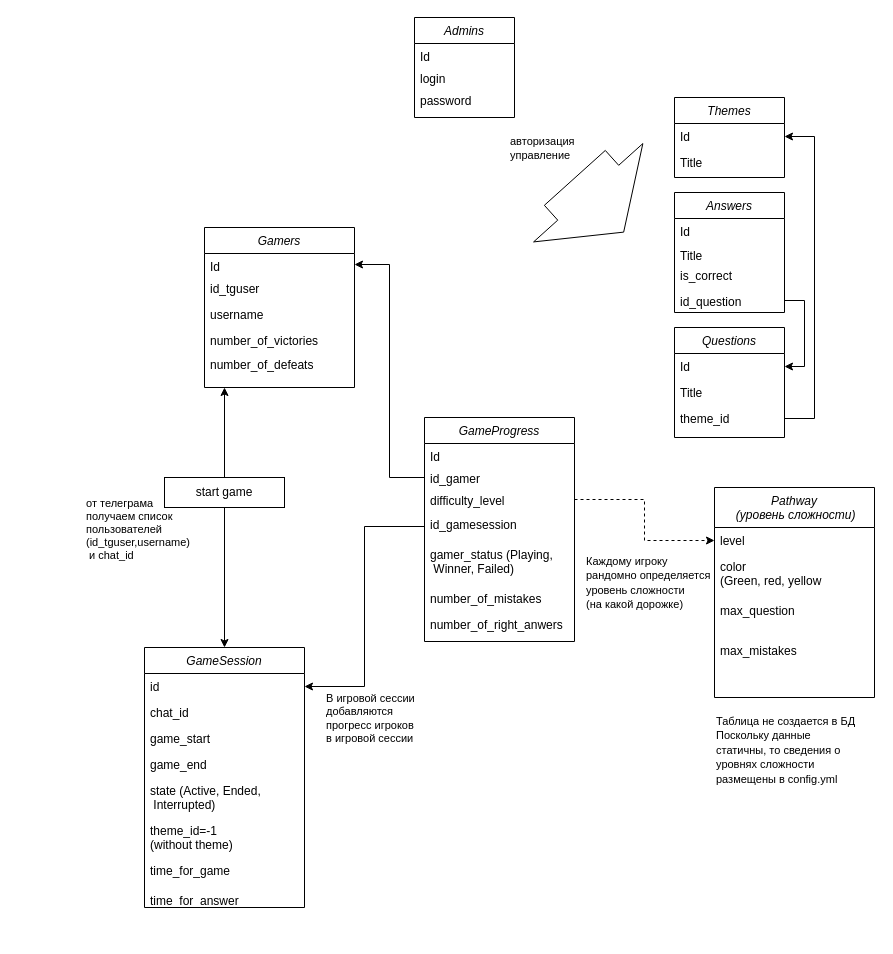
Above: drawio_schemas/instances_relationship.drawio in AlexeyZolotuhin/smarties_game_bot (draw.io), before the change. Source tidied: cells renumbered, new cells numbered last; positions are measured from the earlier drawing's top-left corner, leaving out a move shared by most shapes. Both pictures are drawn from the tidied source at 100%, with x=0, y=0 at pixel (144, 17).
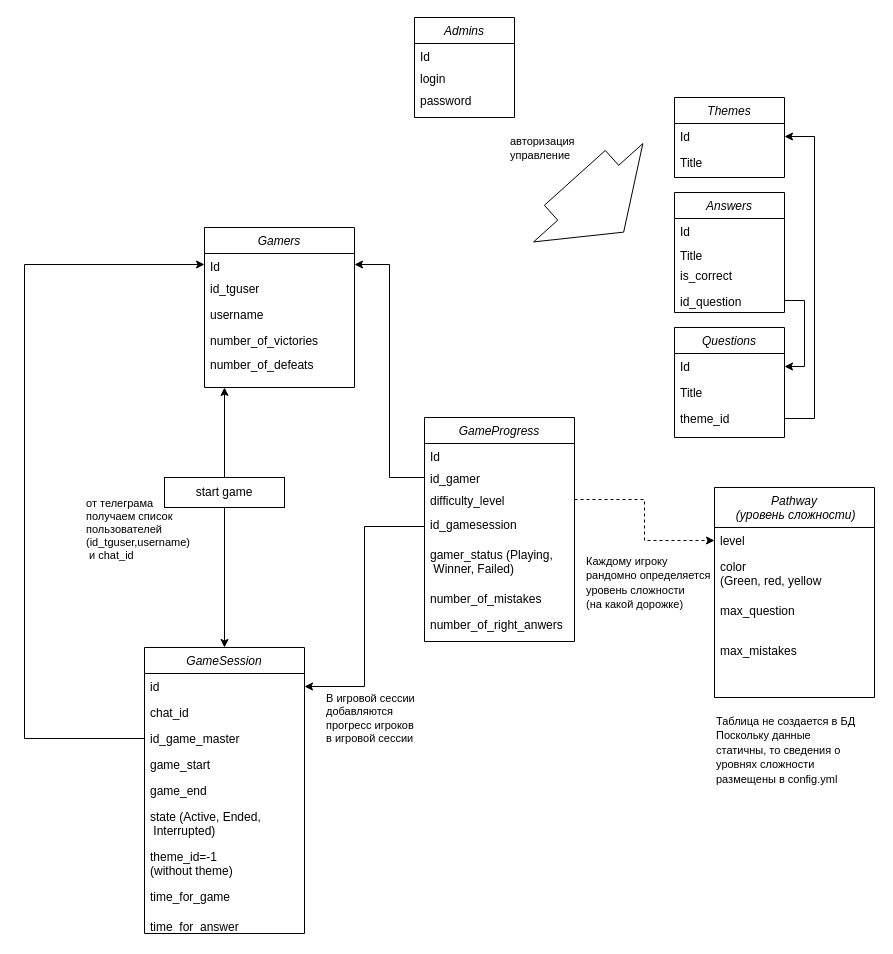
The same diagram, later.

Unchanged cells that the change refers to:
```xml
<mxCell id="53" value="Id" style="text;align=left;verticalAlign=top;spacingLeft=4;spacingRight=4;overflow=hidden;points=[[0,0.5],[1,0.5]];portConstraint=eastwest;" parent="52" vertex="1">
  <mxGeometry y="26" width="150" height="22" as="geometry" />
</mxCell>
```

Diff of the diagram source:
```diff
@@
     <mxCell id="8" value="GameSession" style="swimlane;fontStyle=2;align=center;verticalAlign=top;horizontal=1;startSize=26;rounded=0;shadow=0;strokeWidth=1;" parent="1" vertex="1">
-      <mxGeometry y="630" width="160" height="260" as="geometry" />
+      <mxGeometry y="630" width="160" height="286" as="geometry" />
     </mxCell>
@@
+    <mxCell id="60" value="id_game_master" style="text;align=left;verticalAlign=top;spacingLeft=4;spacingRight=4;overflow=hidden;points=[[0,0.5],[1,0.5]];portConstraint=eastwest;rounded=0;shadow=0;html=0;" parent="8" vertex="1">
+      <mxGeometry y="78" width="160" height="26" as="geometry" />
+    </mxCell>
     <mxCell id="11" value="game_start" style="text;align=left;verticalAlign=top;spacingLeft=4;spacingRight=4;overflow=hidden;rounded=0;shadow=0;html=0;" parent="8" vertex="1">
-      <mxGeometry y="78" width="160" height="26" as="geometry" />
+      <mxGeometry y="104" width="160" height="26" as="geometry" />
     </mxCell>
     <mxCell id="12" value="game_end" style="text;align=left;verticalAlign=top;spacingLeft=4;spacingRight=4;overflow=hidden;" parent="8" vertex="1">
-      <mxGeometry y="104" width="160" height="26" as="geometry" />
+      <mxGeometry y="130" width="160" height="26" as="geometry" />
     </mxCell>
     <mxCell id="13" value="state (Active, Ended,&#10; Interrupted)" style="text;align=left;verticalAlign=top;spacingLeft=4;spacingRight=4;overflow=hidden;" parent="8" vertex="1">
-      <mxGeometry y="130" width="160" height="40" as="geometry" />
+      <mxGeometry y="156" width="160" height="40" as="geometry" />
     </mxCell>
     <mxCell id="14" value="theme_id=-1 &#10;(without theme)" style="text;align=left;verticalAlign=top;spacingLeft=4;spacingRight=4;overflow=hidden;" parent="8" vertex="1">
-      <mxGeometry y="170" width="160" height="40" as="geometry" />
+      <mxGeometry y="196" width="160" height="40" as="geometry" />
     </mxCell>
     <mxCell id="15" value="time_for_game" style="text;align=left;verticalAlign=top;spacingLeft=4;spacingRight=4;overflow=hidden;" parent="8" vertex="1">
-      <mxGeometry y="210" width="160" height="30" as="geometry" />
+      <mxGeometry y="236" width="160" height="30" as="geometry" />
     </mxCell>
     <mxCell id="16" value="time_for_answer" style="text;align=left;verticalAlign=top;spacingLeft=4;spacingRight=4;overflow=hidden;" parent="8" vertex="1">
-      <mxGeometry y="240" width="160" height="20" as="geometry" />
+      <mxGeometry y="266" width="160" height="20" as="geometry" />
     </mxCell>
@@
+    <mxCell id="61" style="edgeStyle=orthogonalEdgeStyle;rounded=0;jettySize=auto;html=1;exitX=0;exitY=0.5;exitDx=0;exitDy=0;entryX=0;entryY=0.5;entryDx=0;entryDy=0;" parent="1" edge="1" source="60" target="53">
+      <mxGeometry relative="1" as="geometry">
+        <Array as="points">
+          <mxPoint x="-120" y="721" />
+          <mxPoint x="-120" y="247" />
+        </Array>
+      </mxGeometry>
+    </mxCell>
```
